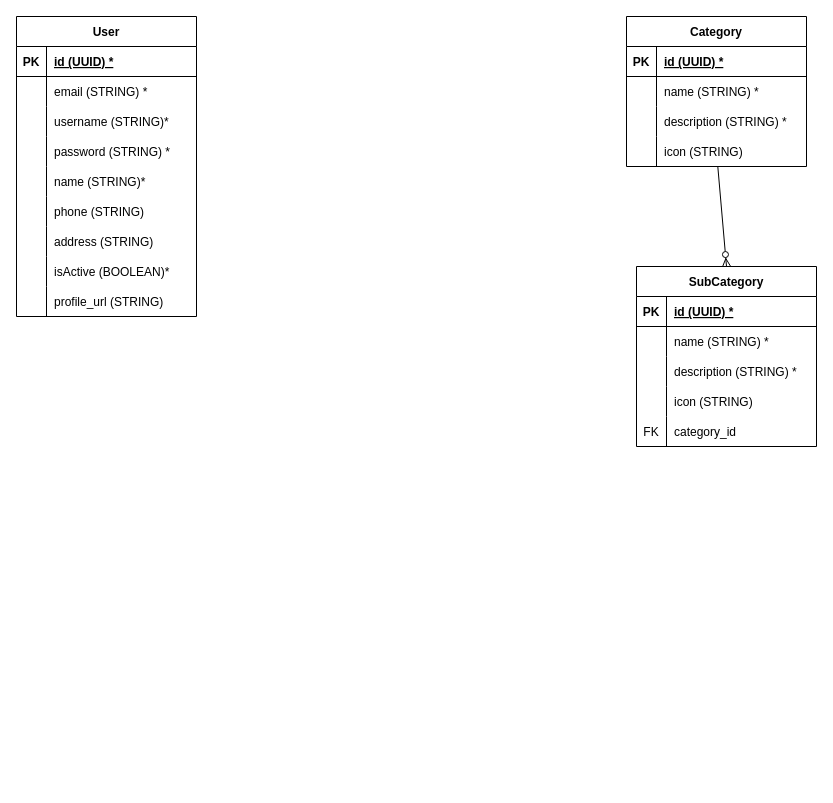
Earlier version of the draw.io diagram ERD/ecommerce.drawio (adrian120401/ecommerce-sample). Source tidied: cells renumbered, new cells numbered last; positions are measured from the earlier drawing's top-left corner, leaving out a move shared by most shapes. Both pictures are drawn from the tidied source at 100%, with x=0, y=0 at pixel (16, 16).
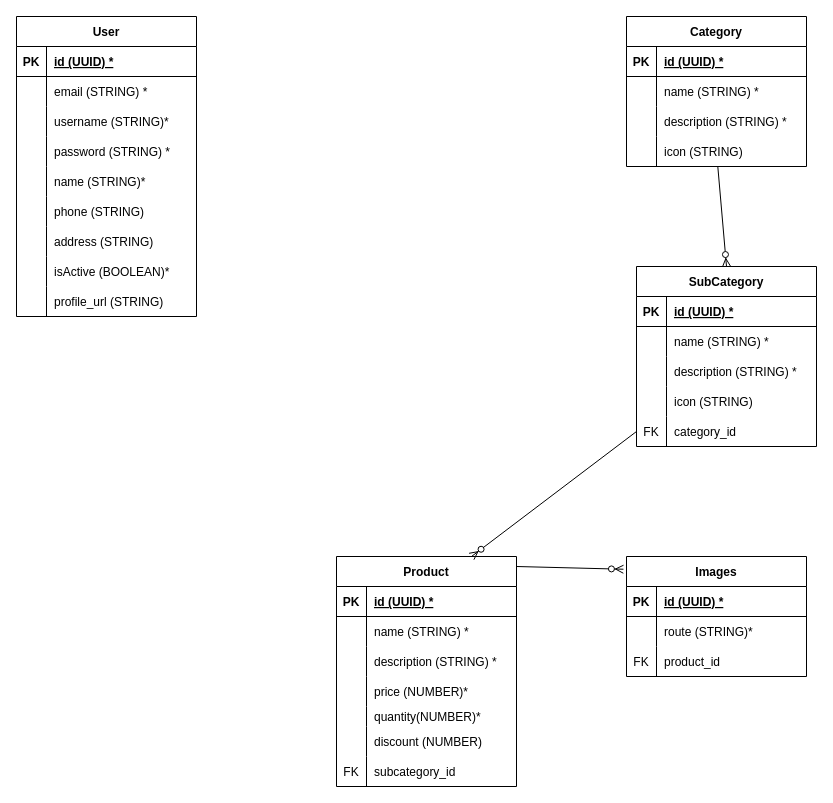
The same page after the edit.

Commit message (it also covers changes not shown here):
product crud and model

The change refers to these unchanged cells:
```xml
<mxCell id="56" style="shape=tableRow;horizontal=0;startSize=0;swimlaneHead=0;swimlaneBody=0;fillColor=none;points=[[0,0.5],[1,0.5]];portConstraint=eastwest;top=0;left=0;right=0;bottom=0;" parent="43" vertex="1">
  <mxGeometry y="150" width="180" height="30" as="geometry" />
</mxCell>
```

Change to the diagram source:
```diff
@@
+    <mxCell id="60" value="Product" style="shape=table;startSize=30;childLayout=tableLayout;rowLines=0;fontStyle=1;align=center;" parent="1" vertex="1">
+      <mxGeometry x="320" y="540" width="180" height="230" as="geometry" />
+    </mxCell>
+    <mxCell id="61" style="shape=tableRow;horizontal=0;startSize=0;swimlaneHead=0;swimlaneBody=0;fillColor=none;top=0;left=0;right=0;bottom=1;" parent="60" vertex="1">
+      <mxGeometry y="30" width="180" height="30" as="geometry" />
+    </mxCell>
+    <mxCell id="62" value="PK" style="shape=partialRectangle;fillColor=none;top=0;left=0;bottom=0;right=0;fontStyle=1;overflow=hidden;" parent="61" vertex="1">
+      <mxGeometry width="30" height="30" as="geometry" />
+    </mxCell>
+    <mxCell id="63" value="id (UUID) *" style="shape=partialRectangle;fillColor=none;top=0;left=0;bottom=0;right=0;align=left;spacingLeft=6;fontStyle=5;overflow=hidden;" parent="61" vertex="1">
+      <mxGeometry x="30" width="150" height="30" as="geometry" />
+    </mxCell>
+    <mxCell id="64" style="shape=tableRow;horizontal=0;startSize=0;swimlaneHead=0;swimlaneBody=0;fillColor=none;top=0;left=0;right=0;bottom=0;" parent="60" vertex="1">
+      <mxGeometry y="60" width="180" height="30" as="geometry" />
+    </mxCell>
+    <mxCell id="65" style="shape=partialRectangle;fillColor=none;top=0;left=0;bottom=0;right=0;overflow=hidden;" parent="64" vertex="1">
+      <mxGeometry width="30" height="30" as="geometry" />
+    </mxCell>
+    <mxCell id="66" value="name (STRING) *" style="shape=partialRectangle;fillColor=none;top=0;left=0;bottom=0;right=0;align=left;spacingLeft=6;overflow=hidden;" parent="64" vertex="1">
+      <mxGeometry x="30" width="150" height="30" as="geometry" />
+    </mxCell>
+    <mxCell id="67" style="shape=tableRow;horizontal=0;startSize=0;swimlaneHead=0;swimlaneBody=0;fillColor=none;top=0;left=0;right=0;bottom=0;" parent="60" vertex="1">
+      <mxGeometry y="90" width="180" height="30" as="geometry" />
+    </mxCell>
+    <mxCell id="68" style="shape=partialRectangle;fillColor=none;top=0;left=0;bottom=0;right=0;overflow=hidden;" parent="67" vertex="1">
+      <mxGeometry width="30" height="30" as="geometry" />
+    </mxCell>
+    <mxCell id="69" value="description (STRING) *" style="shape=partialRectangle;fillColor=none;top=0;left=0;bottom=0;right=0;align=left;spacingLeft=6;overflow=hidden;" parent="67" vertex="1">
+      <mxGeometry x="30" width="150" height="30" as="geometry" />
+    </mxCell>
+    <mxCell id="70" style="shape=tableRow;horizontal=0;startSize=0;swimlaneHead=0;swimlaneBody=0;fillColor=none;top=0;left=0;right=0;bottom=0;" parent="60" vertex="1">
+      <mxGeometry y="120" width="180" height="30" as="geometry" />
+    </mxCell>
+    <mxCell id="71" style="shape=partialRectangle;fillColor=none;top=0;left=0;bottom=0;right=0;overflow=hidden;" parent="70" vertex="1">
+      <mxGeometry width="30" height="30" as="geometry" />
+    </mxCell>
+    <mxCell id="72" value="price (NUMBER)*" style="shape=partialRectangle;fillColor=none;top=0;left=0;bottom=0;right=0;align=left;spacingLeft=6;overflow=hidden;" parent="70" vertex="1">
+      <mxGeometry x="30" width="150" height="30" as="geometry" />
+    </mxCell>
+    <mxCell id="73" style="shape=tableRow;horizontal=0;startSize=0;swimlaneHead=0;swimlaneBody=0;fillColor=none;top=0;left=0;right=0;bottom=0;" parent="60" vertex="1">
+      <mxGeometry y="150" width="180" height="20" as="geometry" />
+    </mxCell>
+    <mxCell id="74" style="shape=partialRectangle;fillColor=none;top=0;left=0;bottom=0;right=0;overflow=hidden;" parent="73" vertex="1">
+      <mxGeometry width="30" height="20" as="geometry" />
+    </mxCell>
+    <mxCell id="75" value="quantity(NUMBER)*" style="shape=partialRectangle;fillColor=none;top=0;left=0;bottom=0;right=0;align=left;spacingLeft=6;overflow=hidden;" parent="73" vertex="1">
+      <mxGeometry x="30" width="150" height="20" as="geometry" />
+    </mxCell>
+    <mxCell id="76" style="shape=tableRow;horizontal=0;startSize=0;swimlaneHead=0;swimlaneBody=0;fillColor=none;top=0;left=0;right=0;bottom=0;" parent="60" vertex="1">
+      <mxGeometry y="170" width="180" height="30" as="geometry" />
+    </mxCell>
+    <mxCell id="77" style="shape=partialRectangle;fillColor=none;top=0;left=0;bottom=0;right=0;overflow=hidden;" parent="76" vertex="1">
+      <mxGeometry width="30" height="30" as="geometry" />
+    </mxCell>
+    <mxCell id="78" value="discount (NUMBER)" style="shape=partialRectangle;fillColor=none;top=0;left=0;bottom=0;right=0;align=left;spacingLeft=6;overflow=hidden;" parent="76" vertex="1">
+      <mxGeometry x="30" width="150" height="30" as="geometry" />
+    </mxCell>
+    <mxCell id="79" style="shape=tableRow;horizontal=0;startSize=0;swimlaneHead=0;swimlaneBody=0;fillColor=none;top=0;left=0;right=0;bottom=0;" parent="60" vertex="1">
+      <mxGeometry y="200" width="180" height="30" as="geometry" />
+    </mxCell>
+    <mxCell id="80" value="FK" style="shape=partialRectangle;fillColor=none;top=0;left=0;bottom=0;right=0;overflow=hidden;" parent="79" vertex="1">
+      <mxGeometry width="30" height="30" as="geometry" />
+    </mxCell>
+    <mxCell id="81" value="subcategory_id" style="shape=partialRectangle;fillColor=none;top=0;left=0;bottom=0;right=0;align=left;spacingLeft=6;overflow=hidden;" parent="79" vertex="1">
+      <mxGeometry x="30" width="150" height="30" as="geometry" />
+    </mxCell>
+    <mxCell id="82" value="Images" style="shape=table;startSize=30;childLayout=tableLayout;rowLines=0;fontStyle=1;align=center;" parent="1" vertex="1">
+      <mxGeometry x="610" y="540" width="180" height="120" as="geometry" />
+    </mxCell>
+    <mxCell id="83" style="shape=tableRow;horizontal=0;startSize=0;swimlaneHead=0;swimlaneBody=0;fillColor=none;top=0;left=0;right=0;bottom=1;" parent="82" vertex="1">
+      <mxGeometry y="30" width="180" height="30" as="geometry" />
+    </mxCell>
+    <mxCell id="84" value="PK" style="shape=partialRectangle;fillColor=none;top=0;left=0;bottom=0;right=0;fontStyle=1;overflow=hidden;" parent="83" vertex="1">
+      <mxGeometry width="30" height="30" as="geometry" />
+    </mxCell>
+    <mxCell id="85" value="id (UUID) *" style="shape=partialRectangle;fillColor=none;top=0;left=0;bottom=0;right=0;align=left;spacingLeft=6;fontStyle=5;overflow=hidden;" parent="83" vertex="1">
+      <mxGeometry x="30" width="150" height="30" as="geometry" />
+    </mxCell>
+    <mxCell id="86" style="shape=tableRow;horizontal=0;startSize=0;swimlaneHead=0;swimlaneBody=0;fillColor=none;top=0;left=0;right=0;bottom=0;" parent="82" vertex="1">
+      <mxGeometry y="60" width="180" height="30" as="geometry" />
+    </mxCell>
+    <mxCell id="87" style="shape=partialRectangle;fillColor=none;top=0;left=0;bottom=0;right=0;overflow=hidden;" parent="86" vertex="1">
+      <mxGeometry width="30" height="30" as="geometry" />
+    </mxCell>
+    <mxCell id="88" value="route (STRING)*" style="shape=partialRectangle;fillColor=none;top=0;left=0;bottom=0;right=0;align=left;spacingLeft=6;overflow=hidden;" parent="86" vertex="1">
+      <mxGeometry x="30" width="150" height="30" as="geometry" />
+    </mxCell>
+    <mxCell id="89" style="shape=tableRow;horizontal=0;startSize=0;swimlaneHead=0;swimlaneBody=0;fillColor=none;top=0;left=0;right=0;bottom=0;" parent="82" vertex="1">
+      <mxGeometry y="90" width="180" height="30" as="geometry" />
+    </mxCell>
+    <mxCell id="90" value="FK" style="shape=partialRectangle;fillColor=none;top=0;left=0;bottom=0;right=0;overflow=hidden;" parent="89" vertex="1">
+      <mxGeometry width="30" height="30" as="geometry" />
+    </mxCell>
+    <mxCell id="91" value="product_id" style="shape=partialRectangle;fillColor=none;top=0;left=0;bottom=0;right=0;align=left;spacingLeft=6;overflow=hidden;" parent="89" vertex="1">
+      <mxGeometry x="30" width="150" height="30" as="geometry" />
+    </mxCell>
+    <mxCell id="92" style="fontSize=12;html=1;endArrow=ERzeroToMany;endFill=1;entryX=-0.017;entryY=0.106;entryDx=0;entryDy=0;rounded=0;strokeColor=default;entryPerimeter=0;" parent="1" edge="1" target="82">
+      <mxGeometry relative="1" as="geometry">
+        <mxPoint x="500" y="550" as="sourcePoint" />
+      </mxGeometry>
+    </mxCell>
+    <mxCell id="93" style="fontSize=12;html=1;endArrow=ERzeroToMany;endFill=1;entryX=0.75;entryY=0;entryDx=0;entryDy=0;rounded=0;strokeColor=default;exitX=0;exitY=0.5;exitDx=0;exitDy=0;" parent="1" edge="1" source="56" target="60">
+      <mxGeometry relative="1" as="geometry" />
+    </mxCell>
```
